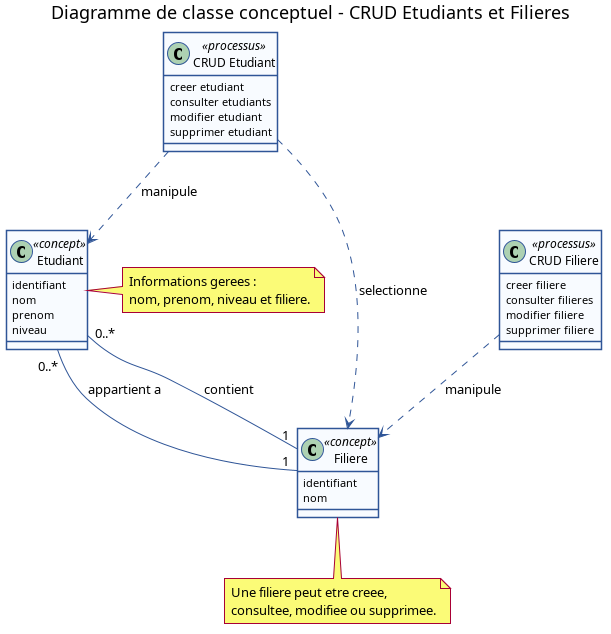
The PlantUML diagram docs/uml/images/classe-conceptuel.png in mehdidabaj/app-etudiant, before a commit. Its source is kept beside it as docs/uml/classe-conceptuel.puml.
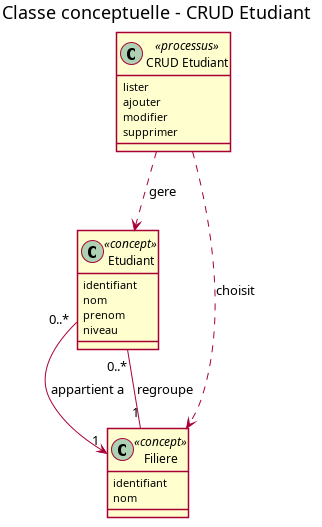
Later version of the same file.

Diff of the diagram source:
```diff
@@ -1,13 +1,8 @@
 @startuml
-title Diagramme de classe conceptuel - CRUD Etudiants et Filieres
+title Classe conceptuelle - CRUD Etudiant
 
 skinparam classAttributeIconSize 0
 skinparam shadowing false
-skinparam class {
-  BackgroundColor #F8FBFF
-  BorderColor #2F5597
-  ArrowColor #2F5597
-}
 
 class Etudiant <<concept>> {
   identifiant
@@ -22,34 +17,15 @@
 }
 
 class "CRUD Etudiant" as CrudEtudiant <<processus>> {
-  creer etudiant
-  consulter etudiants
-  modifier etudiant
-  supprimer etudiant
+  lister
+  ajouter
+  modifier
+  supprimer
 }
 
-class "CRUD Filiere" as CrudFiliere <<processus>> {
-  creer filiere
-  consulter filieres
-  modifier filiere
-  supprimer filiere
-}
-
-Filiere "1" -- "0..*" Etudiant : contient
-Etudiant "0..*" -- "1" Filiere : appartient a
-
-CrudEtudiant ..> Etudiant : manipule
-CrudEtudiant ..> Filiere : selectionne
-CrudFiliere ..> Filiere : manipule
-
-note right of Etudiant
-  Informations gerees :
-  nom, prenom, niveau et filiere.
-end note
-
-note bottom of Filiere
-  Une filiere peut etre creee,
-  consultee, modifiee ou supprimee.
-end note
+CrudEtudiant ..> Etudiant : gere
+CrudEtudiant ..> Filiere : choisit
+Filiere "1" -- "0..*" Etudiant : regroupe
+Etudiant "0..*" --> "1" Filiere : appartient a
 
 @enduml
```
